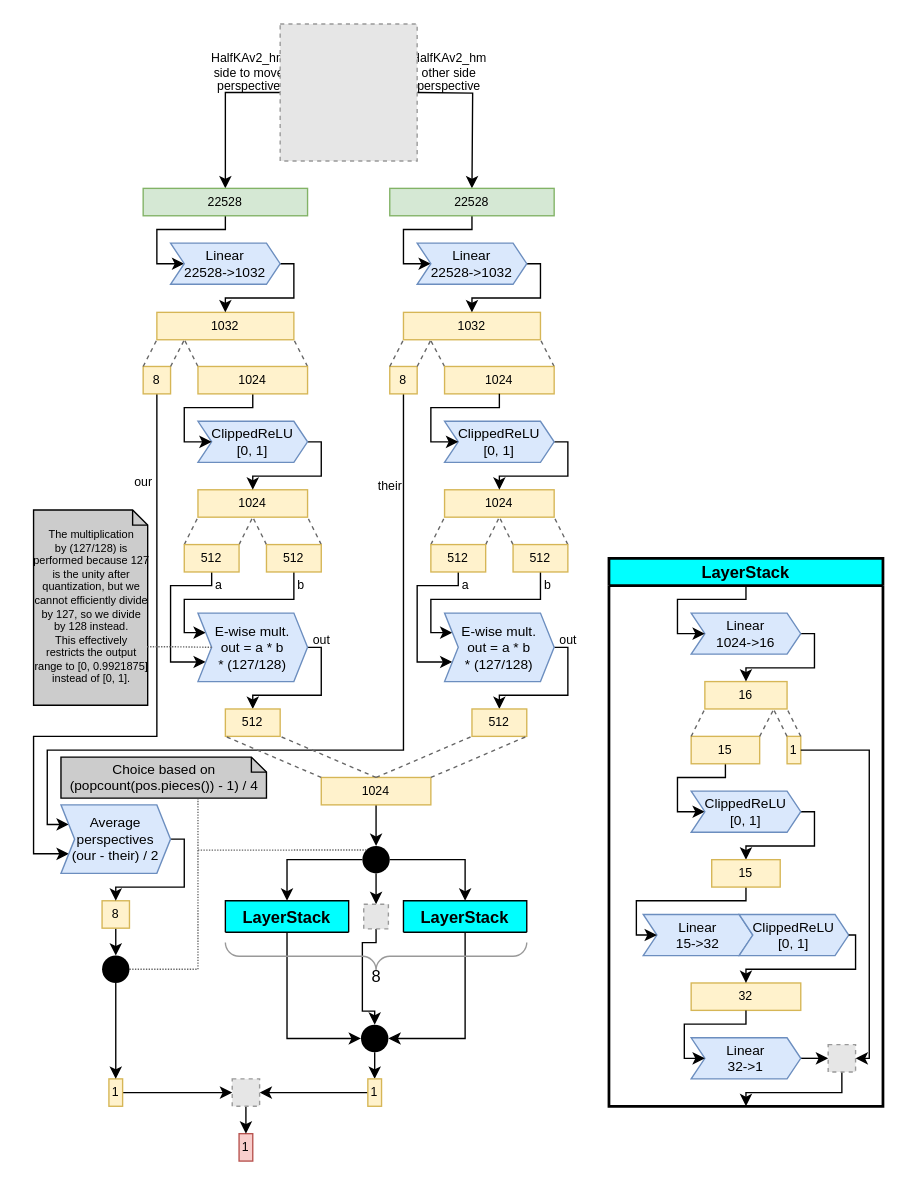
This is docs/img/SFNNv4_architecture.drawio from official-stockfish/nnue-pytorch, a draw.io file, before an edit. Source tidied: cells renumbered, new cells numbered last; positions are measured from the earlier drawing's top-left corner, leaving out a move shared by most shapes. Both pictures are drawn from the tidied source at 137%, with x=0, y=0 at pixel (29, 23). Pictures stored in the file or linked from it are replaced by grey dashed boxes.
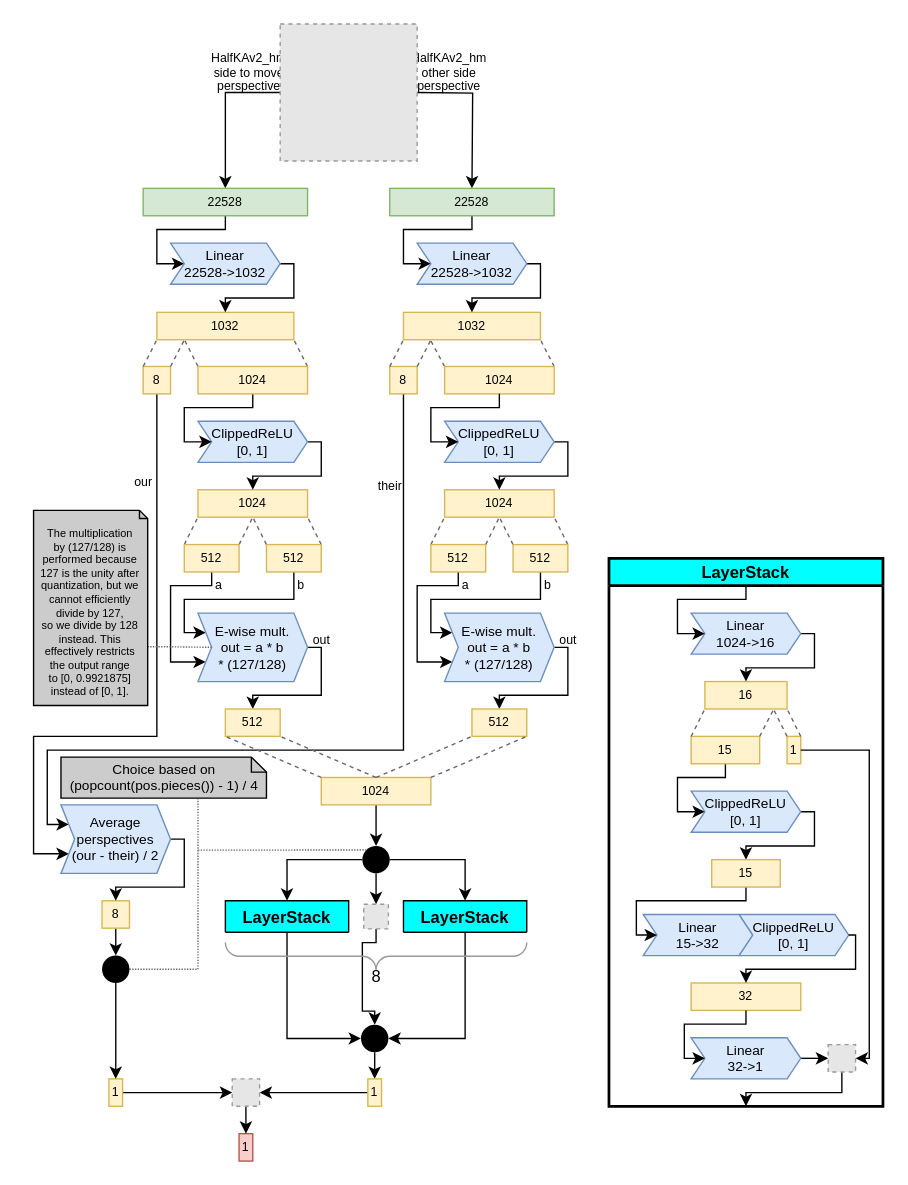
The same page after the edit.

The change refers to these unchanged cells:
```xml
<mxCell id="76" value="&lt;div&gt;E-wise mult.&lt;br&gt;&lt;/div&gt;&lt;div&gt;out = a * b &lt;br&gt;&lt;/div&gt;&lt;div&gt;* (127/128)&lt;/div&gt;" style="shape=step;perimeter=stepPerimeter;whiteSpace=wrap;html=1;fixedSize=1;rounded=0;shadow=0;glass=0;sketch=0;fontSize=10;align=center;size=10;fillColor=#dae8fc;strokeColor=#6c8ebf;" parent="1" vertex="1">
  <mxGeometry x="123" y="430" width="80" height="50" as="geometry" />
</mxCell>
```

Diff of the diagram source:
```diff
@@
-    <mxCell id="77" style="group;imageAspect=1;labelBorderColor=none;labelBackgroundColor=none;fontFamily=Verdana;fontStyle=0;" parent="1" vertex="1">
-      <mxGeometry x="3" y="340" width="157.2" height="190" as="geometry" />
-    </mxCell>
-    <mxCell id="78" style="shape=note2;boundedLbl=1;whiteSpace=wrap;html=1;size=11;verticalAlign=top;align=center;rounded=0;shadow=0;glass=0;labelBackgroundColor=none;sketch=0;fontSize=8;fillColor=#CCCCCC;gradientColor=none;" parent="77" vertex="1">
-      <mxGeometry y="14.8" width="83.3" height="142.5" as="geometry" />
-    </mxCell>
-    <mxCell id="79" value="&lt;div&gt;The multiplication &lt;br&gt;&lt;/div&gt;&lt;div&gt;by (127/128) is &lt;br&gt;&lt;/div&gt;&lt;div&gt;performed because 127&lt;/div&gt;&lt;div&gt;is the unity after&lt;/div&gt;&lt;div&gt;quantization, but we&lt;/div&gt;&lt;div&gt;cannot efficiently divide &lt;br&gt;&lt;/div&gt;&lt;div&gt;by 127, so we divide &lt;br&gt;&lt;/div&gt;&lt;div&gt;by 128 instead.&lt;/div&gt;&lt;div&gt;This effectively &lt;br&gt;&lt;/div&gt;&lt;div&gt;restricts the output &lt;br&gt;&lt;/div&gt;&lt;div&gt;range to [0, 0.9921875] &lt;br&gt;&lt;/div&gt;&lt;div&gt;instead of [0, 1].&lt;br&gt;&lt;/div&gt;" style="text;html=1;align=center;verticalAlign=middle;strokeColor=none;fontSize=8;fontFamily=Helvetica;" parent="77" vertex="1">
-      <mxGeometry x="-3.3" y="21.1" width="90" height="130" as="geometry" />
-    </mxCell>
@@
-    <mxCell id="126" style="edgeStyle=elbowEdgeStyle;rounded=0;sketch=0;jumpStyle=none;jumpSize=5;jettySize=auto;html=1;entryX=0;entryY=0.5;entryDx=0;entryDy=0;shadow=0;labelBackgroundColor=none;fontFamily=Helvetica;fontSize=8;strokeColor=#666666;strokeWidth=1;fillColor=#f5f5f5;dashed=1;dashPattern=1 1;endArrow=none;endFill=0;exitX=0.997;exitY=0.7;exitDx=0;exitDy=0;exitPerimeter=0;" parent="1" edge="1" source="78" target="76">
+    <mxCell id="126" style="edgeStyle=elbowEdgeStyle;rounded=0;sketch=0;jumpStyle=none;jumpSize=5;jettySize=auto;html=1;entryX=0;entryY=0.5;entryDx=0;entryDy=0;shadow=0;labelBackgroundColor=none;fontFamily=Helvetica;fontSize=8;strokeColor=#666666;strokeWidth=1;fillColor=#f5f5f5;dashed=1;dashPattern=1 1;endArrow=none;endFill=0;exitX=0.997;exitY=0.7;exitDx=0;exitDy=0;exitPerimeter=0;" parent="1" edge="1" target="76">
       <mxGeometry relative="1" as="geometry">
+        <mxPoint x="86.1" y="454.6" as="sourcePoint" />
         <Array as="points">
           <mxPoint x="103" y="455" />
           <mxPoint x="103" y="510" />
           <mxPoint x="133" y="620" />
         </Array>
       </mxGeometry>
     </mxCell>
@@
+    <mxCell id="79" value="The multiplication &lt;br&gt;&lt;div&gt;by (127/128) is &lt;br&gt;&lt;/div&gt;&lt;div&gt;performed because &lt;br&gt;127 is the unity after&lt;/div&gt;&lt;div&gt;quantization, but we&lt;/div&gt;&lt;div&gt;cannot efficiently &lt;br&gt;divide by 127, &lt;br&gt;so we divide by 128 instead. This &lt;br&gt;&lt;/div&gt;&lt;div&gt;effectively restricts &lt;br&gt;&lt;/div&gt;&lt;div&gt;the output range &lt;br&gt;&lt;/div&gt;&lt;div&gt;to [0, 0.9921875] &lt;br&gt;&lt;/div&gt;&lt;div&gt;instead of [0, 1].&lt;br&gt;&lt;/div&gt;&lt;br&gt;" style="shape=note2;boundedLbl=1;whiteSpace=wrap;html=1;size=6;verticalAlign=top;align=center;rounded=0;shadow=0;glass=0;labelBackgroundColor=none;sketch=0;fontSize=8;fillColor=#CCCCCC;gradientColor=none;" parent="1" vertex="1">
+      <mxGeometry x="3" y="355" width="83.3" height="142.5" as="geometry" />
+    </mxCell>
```
